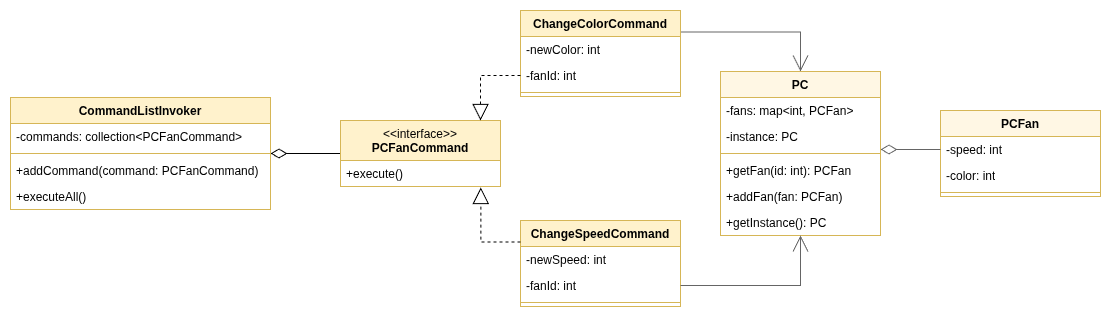
Before: 12-Command/UML/uml.png, a diagram exported from draw.io (MrCabbageStick/Design-Patterns-Challange). Source tidied: cells renumbered, new cells last; positions are measured from the earlier drawing's top-left corner, leaving out a move shared by most shapes.
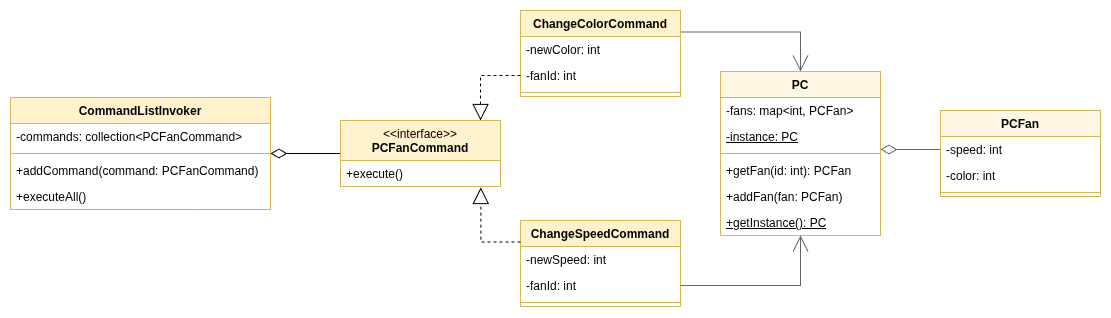
Above is the later version.

Commit message:
Fix command uml

Diff of the diagram source:
```diff
@@ -84,7 +84,7 @@
     <mxCell id="27" value="-fans: map&amp;lt;int, PCFan&amp;gt;" style="text;strokeColor=none;fillColor=none;align=left;verticalAlign=top;spacingLeft=4;spacingRight=4;overflow=hidden;whiteSpace=wrap;html=1;" parent="26" vertex="1">
       <mxGeometry y="26" width="160" height="26" as="geometry" />
     </mxCell>
-    <mxCell id="28" value="-instance: PC" style="text;strokeColor=none;fillColor=none;align=left;verticalAlign=top;spacingLeft=4;spacingRight=4;overflow=hidden;whiteSpace=wrap;html=1;" parent="26" vertex="1">
+    <mxCell id="28" value="&lt;u&gt;-instance: PC&lt;/u&gt;" style="text;strokeColor=none;fillColor=none;align=left;verticalAlign=top;spacingLeft=4;spacingRight=4;overflow=hidden;whiteSpace=wrap;html=1;" parent="26" vertex="1">
       <mxGeometry y="52" width="160" height="26" as="geometry" />
     </mxCell>
     <mxCell id="29" style="line;strokeWidth=1;fillColor=none;align=left;verticalAlign=middle;spacingTop=-1;spacingLeft=3;spacingRight=3;labelPosition=right;strokeColor=inherit;" parent="26" vertex="1">
@@ -96,7 +96,7 @@
     <mxCell id="31" value="+addFan(fan: PCFan)" style="text;strokeColor=none;fillColor=none;align=left;verticalAlign=top;spacingLeft=4;spacingRight=4;overflow=hidden;whiteSpace=wrap;html=1;" parent="26" vertex="1">
       <mxGeometry y="112" width="160" height="26" as="geometry" />
     </mxCell>
-    <mxCell id="32" value="+getInstance(): PC" style="text;strokeColor=none;fillColor=none;align=left;verticalAlign=top;spacingLeft=4;spacingRight=4;overflow=hidden;whiteSpace=wrap;html=1;" parent="26" vertex="1">
+    <mxCell id="32" value="&lt;u&gt;+getInstance(): PC&lt;/u&gt;" style="text;strokeColor=none;fillColor=none;align=left;verticalAlign=top;spacingLeft=4;spacingRight=4;overflow=hidden;whiteSpace=wrap;html=1;" parent="26" vertex="1">
       <mxGeometry y="138" width="160" height="26" as="geometry" />
     </mxCell>
     <mxCell id="33" style="edgeStyle=orthogonalEdgeStyle;rounded=0;jettySize=auto;html=1;exitX=1;exitY=0.5;exitDx=0;exitDy=0;entryX=0.5;entryY=1;entryDx=0;entryDy=0;endSize=14;endArrow=open;endFill=0;strokeColor=#656565;" parent="1" edge="1" source="7" target="26">
```
